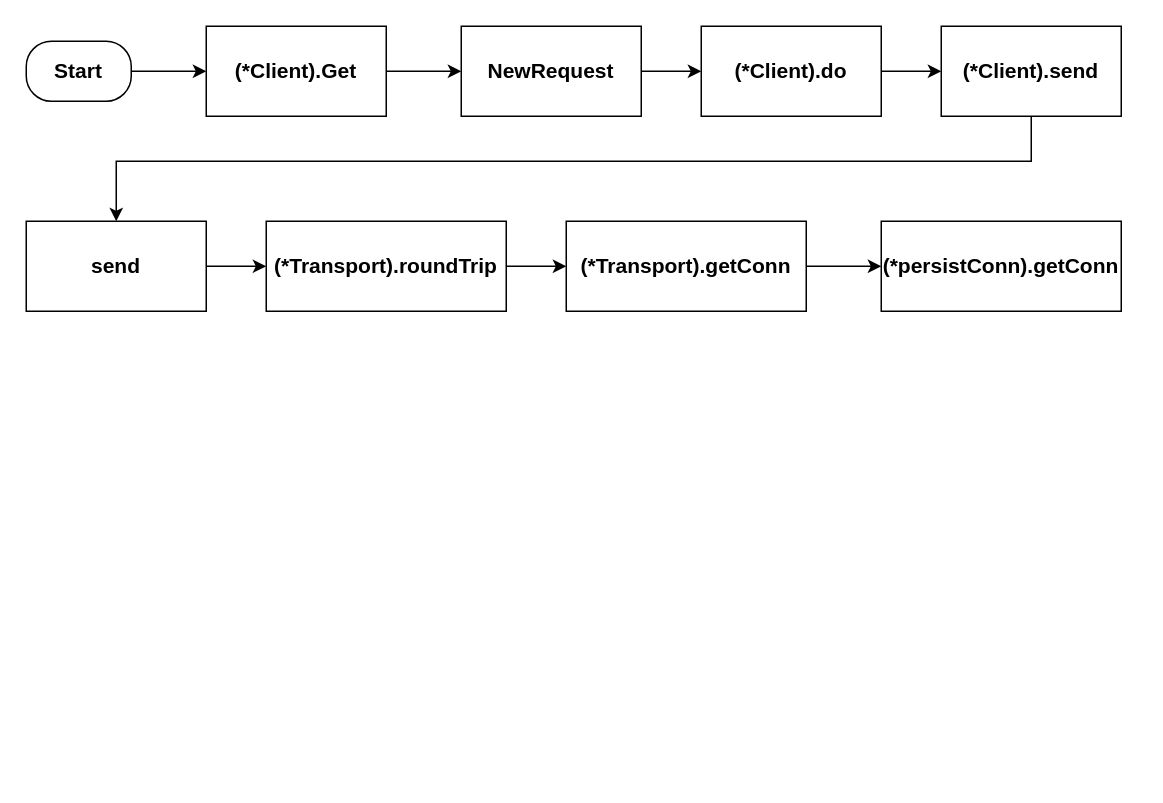
baoqger/drawing.io keeps this draw.io diagram as golang-http1-1-flow.drawio. Above is the earlier version. Source tidied: cells renumbered, new cells numbered last; positions are measured from the earlier drawing's top-left corner, leaving out a move shared by most shapes. Both pictures are drawn from the tidied source at 150%, with x=0, y=0 at pixel (26, 26).
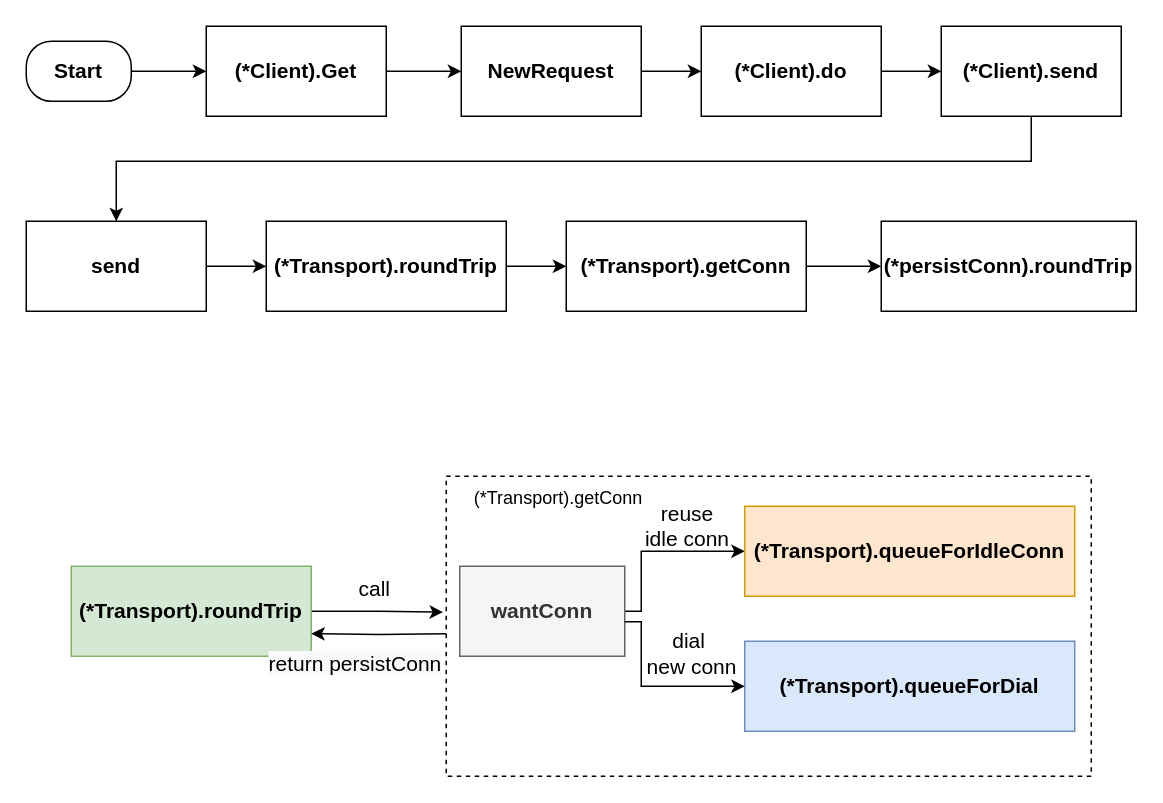
Above is the later version.

What changed in the source:
```diff
@@
-    <mxCell id="18" value="(*persistConn).getConn" style="rounded=1;whiteSpace=wrap;html=1;arcSize=0;fontSize=14;fontStyle=1;" parent="1" vertex="1">
-      <mxGeometry x="570" y="130" width="160" height="60" as="geometry" />
+    <mxCell id="18" value="(*persistConn).roundTrip" style="rounded=1;whiteSpace=wrap;html=1;arcSize=0;fontSize=14;fontStyle=1;" parent="1" vertex="1">
+      <mxGeometry x="570" y="130" width="170" height="60" as="geometry" />
     </mxCell>
+    <mxCell id="19" style="edgeStyle=orthogonalEdgeStyle;rounded=0;jettySize=auto;html=1;entryX=-0.005;entryY=0.453;entryDx=0;entryDy=0;entryPerimeter=0;" parent="1" edge="1" source="20" target="21">
+      <mxGeometry relative="1" as="geometry" />
+    </mxCell>
+    <mxCell id="20" value="(*Transport).roundTrip" style="rounded=1;whiteSpace=wrap;html=1;arcSize=0;fontSize=14;fontStyle=1;fillColor=#d5e8d4;strokeColor=#82b366;" parent="1" vertex="1">
+      <mxGeometry x="30" y="360" width="160" height="60" as="geometry" />
+    </mxCell>
+    <mxCell id="21" style="rounded=0;whiteSpace=wrap;html=1;dashed=1;" parent="1" vertex="1">
+      <mxGeometry x="280" y="300" width="430" height="200" as="geometry" />
+    </mxCell>
+    <mxCell id="22" style="edgeStyle=orthogonalEdgeStyle;rounded=0;jettySize=auto;html=1;entryX=0;entryY=0.5;entryDx=0;entryDy=0;" parent="1" edge="1" source="23" target="25">
+      <mxGeometry relative="1" as="geometry">
+        <Array as="points">
+          <mxPoint x="410" y="390" />
+          <mxPoint x="410" y="350" />
+        </Array>
+      </mxGeometry>
+    </mxCell>
+    <mxCell id="23" value="wantConn" style="rounded=1;whiteSpace=wrap;html=1;arcSize=0;fontSize=14;fontStyle=1;fillColor=#f5f5f5;strokeColor=#666666;fontColor=#333333;" parent="1" vertex="1">
+      <mxGeometry x="289" y="360" width="110" height="60" as="geometry" />
+    </mxCell>
+    <mxCell id="24" value="(*Transport).getConn" style="text;html=1;strokeColor=none;fillColor=none;align=center;verticalAlign=middle;whiteSpace=wrap;rounded=0;dashed=1;" parent="1" vertex="1">
+      <mxGeometry x="290" y="300" width="130" height="30" as="geometry" />
+    </mxCell>
+    <mxCell id="25" value="(*Transport).queueForIdleConn" style="rounded=1;whiteSpace=wrap;html=1;arcSize=0;fontSize=14;fontStyle=1;fillColor=#ffe6cc;strokeColor=#d79b00;" parent="1" vertex="1">
+      <mxGeometry x="479" y="320" width="220" height="60" as="geometry" />
+    </mxCell>
+    <mxCell id="26" value="(*Transport).queueForDial" style="rounded=1;whiteSpace=wrap;html=1;arcSize=0;fontSize=14;fontStyle=1;fillColor=#dae8fc;strokeColor=#6c8ebf;" parent="1" vertex="1">
+      <mxGeometry x="479" y="410" width="220" height="60" as="geometry" />
+    </mxCell>
+    <mxCell id="27" style="edgeStyle=orthogonalEdgeStyle;rounded=0;jettySize=auto;html=1;entryX=0;entryY=0.5;entryDx=0;entryDy=0;" parent="1" edge="1" target="26">
+      <mxGeometry relative="1" as="geometry">
+        <mxPoint x="399" y="397" as="sourcePoint" />
+        <Array as="points">
+          <mxPoint x="410" y="397" />
+          <mxPoint x="410" y="440" />
+        </Array>
+      </mxGeometry>
+    </mxCell>
+    <mxCell id="28" style="edgeStyle=orthogonalEdgeStyle;rounded=0;jettySize=auto;html=1;entryX=1;entryY=0.75;entryDx=0;entryDy=0;" parent="1" edge="1" target="20">
+      <mxGeometry relative="1" as="geometry">
+        <mxPoint x="280" y="405" as="sourcePoint" />
+      </mxGeometry>
+    </mxCell>
+    <mxCell id="29" value="&lt;span style=&quot;color: rgb(0 , 0 , 0) ; font-family: &amp;#34;helvetica&amp;#34; ; font-size: 14px ; font-style: normal ; letter-spacing: normal ; text-indent: 0px ; text-transform: none ; word-spacing: 0px ; background-color: rgb(248 , 249 , 250) ; display: inline ; float: none&quot;&gt;return persistConn&lt;/span&gt;" style="text;whiteSpace=wrap;html=1;fontStyle=0;align=left;" parent="1" vertex="1">
+      <mxGeometry x="160" y="410" width="140" height="30" as="geometry" />
+    </mxCell>
+    <mxCell id="30" value="&lt;div style=&quot;text-align: center&quot;&gt;&lt;span style=&quot;font-size: 14px&quot;&gt;&lt;font face=&quot;helvetica&quot;&gt;call&lt;/font&gt;&lt;/span&gt;&lt;/div&gt;" style="text;whiteSpace=wrap;html=1;fontStyle=0;" parent="1" vertex="1">
+      <mxGeometry x="220" y="360" width="30" height="30" as="geometry" />
+    </mxCell>
+    <mxCell id="31" value="&lt;div style=&quot;text-align: center&quot;&gt;&lt;span style=&quot;font-size: 14px&quot;&gt;&lt;font face=&quot;helvetica&quot;&gt;reuse idle conn&lt;/font&gt;&lt;/span&gt;&lt;/div&gt;" style="text;whiteSpace=wrap;html=1;fontStyle=0;" parent="1" vertex="1">
+      <mxGeometry x="410" y="310" width="60" height="30" as="geometry" />
+    </mxCell>
+    <mxCell id="32" value="&lt;div&gt;&lt;span style=&quot;font-size: 14px&quot;&gt;&lt;font face=&quot;helvetica&quot;&gt;dial&amp;nbsp;&lt;/font&gt;&lt;/span&gt;&lt;/div&gt;&lt;div&gt;&lt;span style=&quot;font-size: 14px&quot;&gt;&lt;font face=&quot;helvetica&quot;&gt;new conn&lt;/font&gt;&lt;/span&gt;&lt;/div&gt;" style="text;whiteSpace=wrap;html=1;fontStyle=0;align=center;" parent="1" vertex="1">
+      <mxGeometry x="409" y="395" width="70" height="31" as="geometry" />
+    </mxCell>
```
